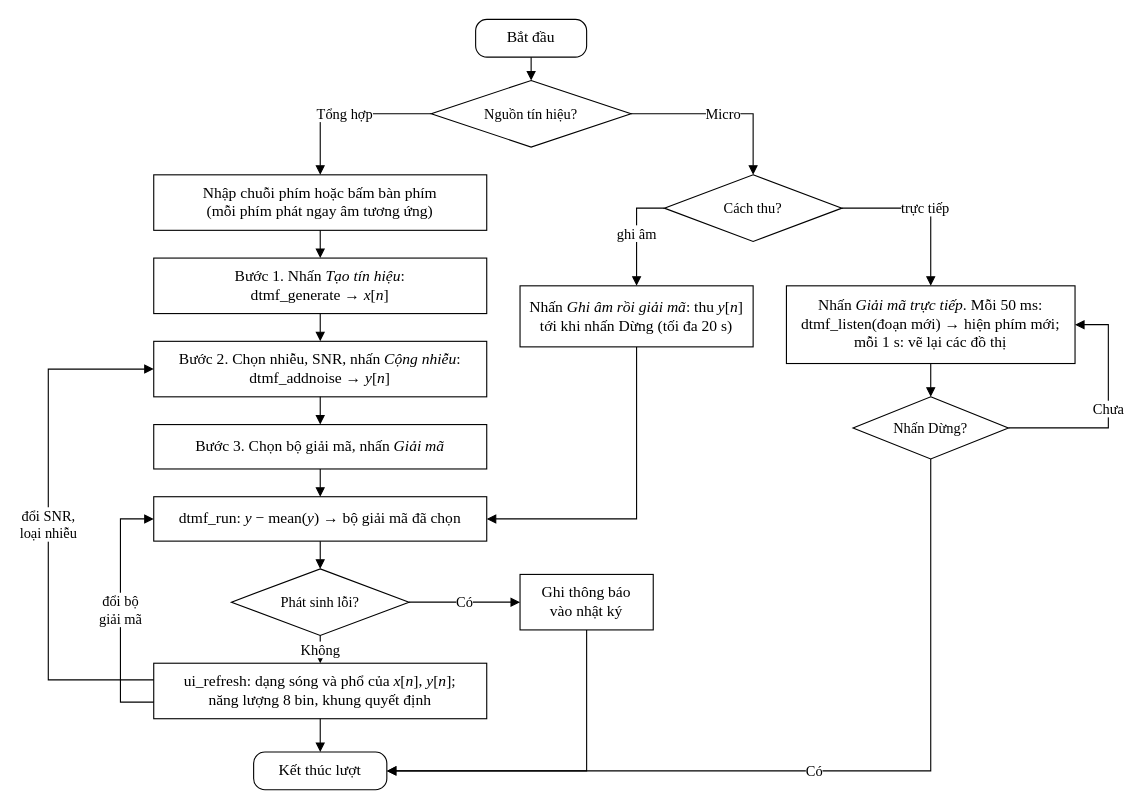
This is report/template/Figures/drawio/SD_luu_do_ung_dung.drawio from AIVIETNAM-AIO-DoHongNhat/DTMF, a draw.io file, before an edit. Source tidied: cells renumbered, new cells numbered last; positions are measured from the earlier drawing's top-left corner, leaving out a move shared by most shapes. Both pictures are drawn from the tidied source at 111%, with x=0, y=0 at pixel (48, 19).
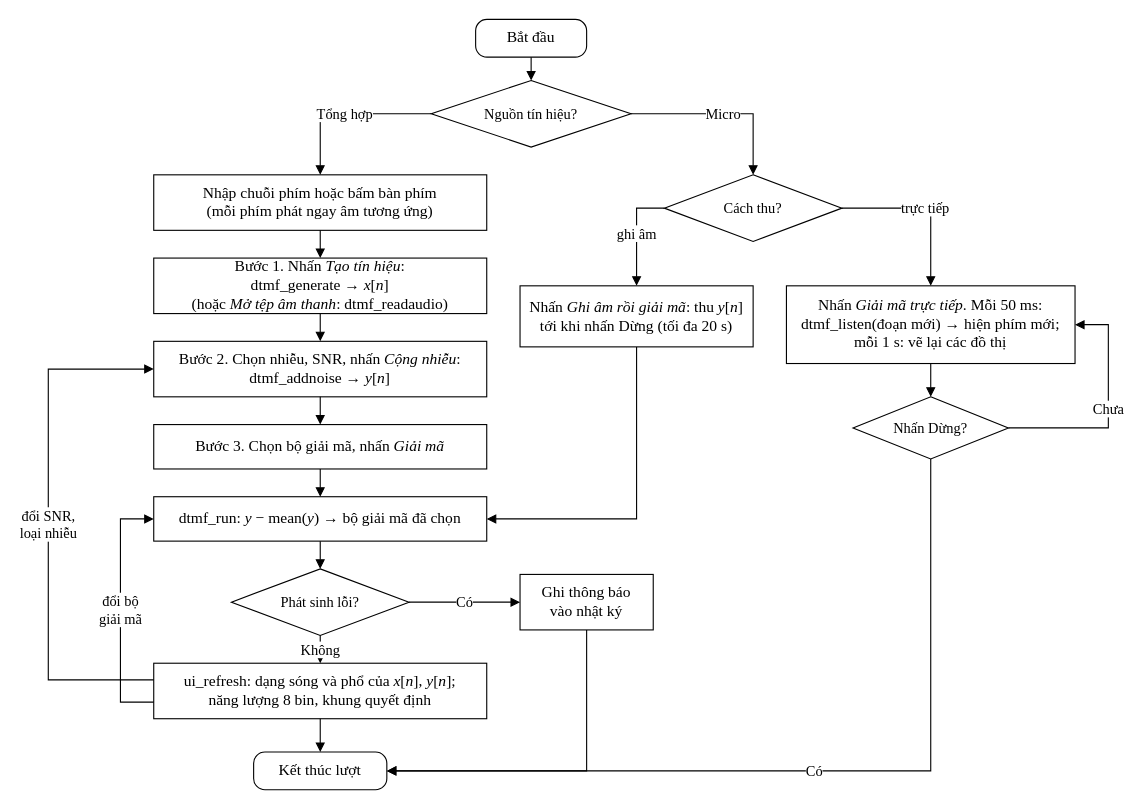
Above is the later version.

Change to the diagram source:
```diff
@@
-    <mxCell id="5" value="Bước 1. Nhấn &lt;i&gt;Tạo tín hiệu&lt;/i&gt;:&lt;br&gt;dtmf_generate → &lt;i&gt;x&lt;/i&gt;[&lt;i&gt;n&lt;/i&gt;]" style="rounded=0;whiteSpace=wrap;html=1;strokeColor=#000000;fillColor=#FFFFFF;strokeWidth=1;fontFamily=Times New Roman;fontColor=#000000;fontSize=14;" parent="1" vertex="1">
+    <mxCell id="5" value="Bước 1. Nhấn &lt;i&gt;Tạo tín hiệu&lt;/i&gt;:&lt;br&gt;dtmf_generate → &lt;i&gt;x&lt;/i&gt;[&lt;i&gt;n&lt;/i&gt;]&lt;br&gt;(hoặc &lt;i&gt;Mở tệp âm thanh&lt;/i&gt;: dtmf_readaudio)" style="rounded=0;whiteSpace=wrap;html=1;strokeColor=#000000;fillColor=#FFFFFF;strokeWidth=1;fontFamily=Times New Roman;fontColor=#000000;fontSize=14;" parent="1" vertex="1">
       <mxGeometry x="95" y="215" width="300" height="50" as="geometry" />
     </mxCell>
```
